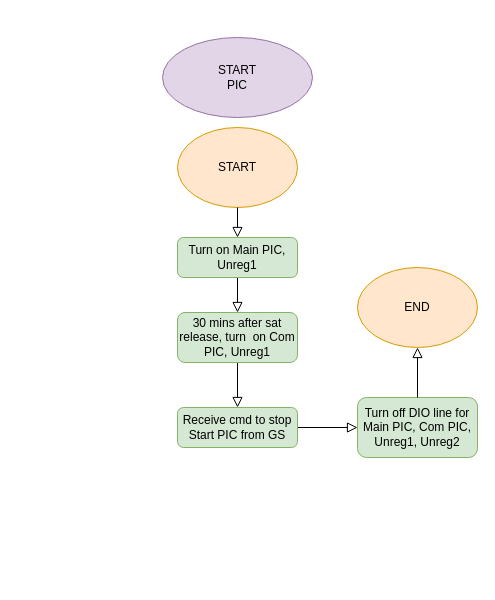
Before: page "START-PIC" (1 of 4) of Diagrams/pic_operations.drawio in BIRDSOpenSource/BIRDSRP-OBC, a draw.io diagram. Source tidied: cells renumbered, new cells numbered last; positions are measured from the earlier drawing's top-left corner, leaving out a move shared by most shapes. Both pictures are drawn from the tidied source at 100%, with x=0, y=0 at pixel (162, 37).
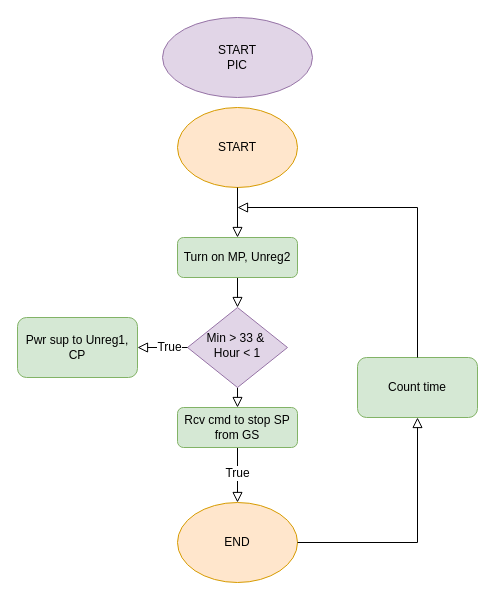
After the change.

The edit, as a diff of the source:
```diff
@@
-    <mxCell id="2" style="rounded=0;html=1;jettySize=auto;fontSize=11;endArrow=block;endFill=0;endSize=8;strokeWidth=1;shadow=0;labelBackgroundColor=none;edgeStyle=orthogonalEdgeStyle;entryX=0.5;entryY=0;entryDx=0;entryDy=0;" parent="1" edge="1" source="3" target="5">
+    <mxCell id="2" style="rounded=0;html=1;jettySize=auto;fontSize=11;endArrow=block;endFill=0;endSize=8;strokeWidth=1;shadow=0;labelBackgroundColor=none;edgeStyle=orthogonalEdgeStyle;entryX=0.5;entryY=0;entryDx=0;entryDy=0;" parent="1" edge="1" source="3" target="15">
       <mxGeometry relative="1" as="geometry" />
     </mxCell>
-    <mxCell id="3" value="Turn on Main PIC, Unreg1" style="rounded=1;whiteSpace=wrap;html=1;fontSize=12;glass=0;strokeWidth=1;shadow=0;fillColor=#d5e8d4;strokeColor=#82b366;" parent="1" vertex="1">
+    <mxCell id="3" value="Turn on MP, Unreg2" style="rounded=1;whiteSpace=wrap;html=1;fontSize=12;glass=0;strokeWidth=1;shadow=0;fillColor=#d5e8d4;strokeColor=#82b366;" parent="1" vertex="1">
       <mxGeometry x="15" y="200" width="120" height="40" as="geometry" />
     </mxCell>
-    <mxCell id="4" style="rounded=0;html=1;jettySize=auto;fontSize=11;endArrow=block;endFill=0;endSize=8;strokeWidth=1;shadow=0;labelBackgroundColor=none;edgeStyle=orthogonalEdgeStyle;exitX=0.5;exitY=1;exitDx=0;exitDy=0;entryX=0.5;entryY=0;entryDx=0;entryDy=0;" parent="1" edge="1" source="5" target="8">
+    <mxCell id="4" style="rounded=0;html=1;jettySize=auto;fontSize=11;endArrow=block;endFill=0;endSize=8;strokeWidth=1;shadow=0;labelBackgroundColor=none;edgeStyle=orthogonalEdgeStyle;entryX=0.5;entryY=0;entryDx=0;entryDy=0;exitX=0.5;exitY=1;exitDx=0;exitDy=0;" parent="1" edge="1" source="15" target="8">
       <mxGeometry y="20" relative="1" as="geometry" />
     </mxCell>
-    <mxCell id="5" value="30 mins after sat release, turn&amp;nbsp; on Com PIC, Unreg1" style="rounded=1;whiteSpace=wrap;html=1;fontSize=12;glass=0;strokeWidth=1;shadow=0;fillColor=#d5e8d4;strokeColor=#82b366;" parent="1" vertex="1">
-      <mxGeometry x="15" y="275" width="120" height="50" as="geometry" />
-    </mxCell>
-    <mxCell id="6" style="rounded=0;html=1;jettySize=auto;fontSize=11;endArrow=block;endFill=0;endSize=8;strokeWidth=1;shadow=0;labelBackgroundColor=none;edgeStyle=orthogonalEdgeStyle;exitX=1;exitY=0.5;exitDx=0;exitDy=0;entryX=0;entryY=0.5;entryDx=0;entryDy=0;" parent="1" edge="1" source="8" target="7">
+    <mxCell id="6" style="rounded=0;html=1;jettySize=auto;fontSize=11;endArrow=block;endFill=0;endSize=8;strokeWidth=1;shadow=0;labelBackgroundColor=none;edgeStyle=orthogonalEdgeStyle;exitX=0.5;exitY=1;exitDx=0;exitDy=0;entryX=0.5;entryY=0;entryDx=0;entryDy=0;" parent="1" edge="1" source="8" target="11">
       <mxGeometry x="0.33" y="20" relative="1" as="geometry" />
     </mxCell>
+    <mxCell id="14" value="True" style="edgeLabel;html=1;align=center;verticalAlign=middle;fontSize=12;" parent="6" vertex="1">
+      <mxGeometry x="-0.09" y="-1" relative="1" as="geometry" />
+    </mxCell>
-    <mxCell id="7" value="&lt;div&gt;Turn off DIO line for Main PIC, Com PIC, Unreg1, Unreg2&lt;/div&gt;" style="rounded=1;whiteSpace=wrap;html=1;fontSize=12;glass=0;strokeWidth=1;shadow=0;fillColor=#d5e8d4;strokeColor=#82b366;" parent="1" vertex="1">
-      <mxGeometry x="195" y="360" width="120" height="60" as="geometry" />
+    <mxCell id="7" value="&lt;div&gt;Count time&lt;/div&gt;" style="rounded=1;whiteSpace=wrap;html=1;fontSize=12;glass=0;strokeWidth=1;shadow=0;fillColor=#d5e8d4;strokeColor=#82b366;" parent="1" vertex="1">
+      <mxGeometry x="195" y="320" width="120" height="60" as="geometry" />
     </mxCell>
-    <mxCell id="8" value="&lt;div&gt;Receive cmd to stop Start PIC from GS&lt;/div&gt;" style="rounded=1;whiteSpace=wrap;html=1;fontSize=12;glass=0;strokeWidth=1;shadow=0;fillColor=#d5e8d4;strokeColor=#82b366;" parent="1" vertex="1">
+    <mxCell id="8" value="&lt;div&gt;Rcv cmd to stop SP from GS&lt;/div&gt;" style="rounded=1;whiteSpace=wrap;html=1;fontSize=12;glass=0;strokeWidth=1;shadow=0;fillColor=#d5e8d4;strokeColor=#82b366;" parent="1" vertex="1">
       <mxGeometry x="15" y="370" width="120" height="40" as="geometry" />
     </mxCell>
     <mxCell id="9" value="START&lt;div&gt;PIC&lt;/div&gt;" style="ellipse;whiteSpace=wrap;html=1;fillColor=#e1d5e7;strokeColor=#9673a6;" parent="1" vertex="1">
-      <mxGeometry width="150" height="80" as="geometry" />
+      <mxGeometry y="-20" width="150" height="80" as="geometry" />
     </mxCell>
     <mxCell id="10" value="START" style="ellipse;whiteSpace=wrap;html=1;fillColor=#ffe6cc;strokeColor=#d79b00;" parent="1" vertex="1">
-      <mxGeometry x="15" y="90" width="120" height="80" as="geometry" />
+      <mxGeometry x="15" y="70" width="120" height="80" as="geometry" />
     </mxCell>
     <mxCell id="11" value="END" style="ellipse;whiteSpace=wrap;html=1;fillColor=#ffe6cc;strokeColor=#d79b00;" parent="1" vertex="1">
-      <mxGeometry x="195" y="230" width="120" height="80" as="geometry" />
+      <mxGeometry x="15" y="465" width="120" height="80" as="geometry" />
     </mxCell>
-    <mxCell id="12" style="rounded=0;html=1;jettySize=auto;fontSize=11;endArrow=block;endFill=0;endSize=8;strokeWidth=1;shadow=0;labelBackgroundColor=none;edgeStyle=orthogonalEdgeStyle;exitX=0.5;exitY=0;exitDx=0;exitDy=0;entryX=0.5;entryY=1;entryDx=0;entryDy=0;" parent="1" edge="1" source="7" target="11">
-      <mxGeometry x="0.33" y="20" relative="1" as="geometry" />
+    <mxCell id="12" style="rounded=0;html=1;jettySize=auto;fontSize=11;endArrow=block;endFill=0;endSize=8;strokeWidth=1;shadow=0;labelBackgroundColor=none;edgeStyle=orthogonalEdgeStyle;exitX=0.5;exitY=0;exitDx=0;exitDy=0;" parent="1" edge="1" source="7">
+      <mxGeometry x="0.33" y="20" relative="1" as="geometry">
+        <mxPoint x="75" y="170" as="targetPoint" />
+        <Array as="points">
+          <mxPoint x="255" y="170" />
+        </Array>
+      </mxGeometry>
     </mxCell>
@@
+    <mxCell id="15" value="&lt;div&gt;Min &amp;gt; 33 &amp;amp;&amp;nbsp;&lt;/div&gt;&lt;div&gt;Hour &amp;lt; 1&lt;/div&gt;" style="rhombus;whiteSpace=wrap;html=1;shadow=0;fontFamily=Helvetica;fontSize=12;align=center;strokeWidth=1;spacing=6;spacingTop=-4;fillColor=#e1d5e7;strokeColor=#9673a6;" parent="1" vertex="1">
+      <mxGeometry x="25" y="270" width="100" height="80" as="geometry" />
+    </mxCell>
+    <mxCell id="16" style="rounded=0;html=1;jettySize=auto;fontSize=11;endArrow=block;endFill=0;endSize=8;strokeWidth=1;shadow=0;labelBackgroundColor=none;edgeStyle=orthogonalEdgeStyle;exitX=1;exitY=0.5;exitDx=0;exitDy=0;entryX=0.5;entryY=1;entryDx=0;entryDy=0;" parent="1" edge="1" source="11" target="7">
+      <mxGeometry x="0.33" y="20" relative="1" as="geometry" />
+    </mxCell>
+    <mxCell id="17" value="&lt;div&gt;Pwr sup to Unreg1, CP&lt;/div&gt;" style="rounded=1;whiteSpace=wrap;html=1;fontSize=12;glass=0;strokeWidth=1;shadow=0;fillColor=#d5e8d4;strokeColor=#82b366;" parent="1" vertex="1">
+      <mxGeometry x="-145" y="280" width="120" height="60" as="geometry" />
+    </mxCell>
+    <mxCell id="18" style="rounded=0;html=1;jettySize=auto;fontSize=11;endArrow=block;endFill=0;endSize=8;strokeWidth=1;shadow=0;labelBackgroundColor=none;edgeStyle=orthogonalEdgeStyle;exitX=0;exitY=0.5;exitDx=0;exitDy=0;entryX=1;entryY=0.5;entryDx=0;entryDy=0;" parent="1" edge="1" source="15" target="17">
+      <mxGeometry x="0.33" y="20" relative="1" as="geometry" />
+    </mxCell>
+    <mxCell id="19" value="True" style="edgeLabel;html=1;align=center;verticalAlign=middle;fontSize=12;" parent="18" vertex="1">
+      <mxGeometry x="-0.26" y="-1" relative="1" as="geometry" />
+    </mxCell>
```
